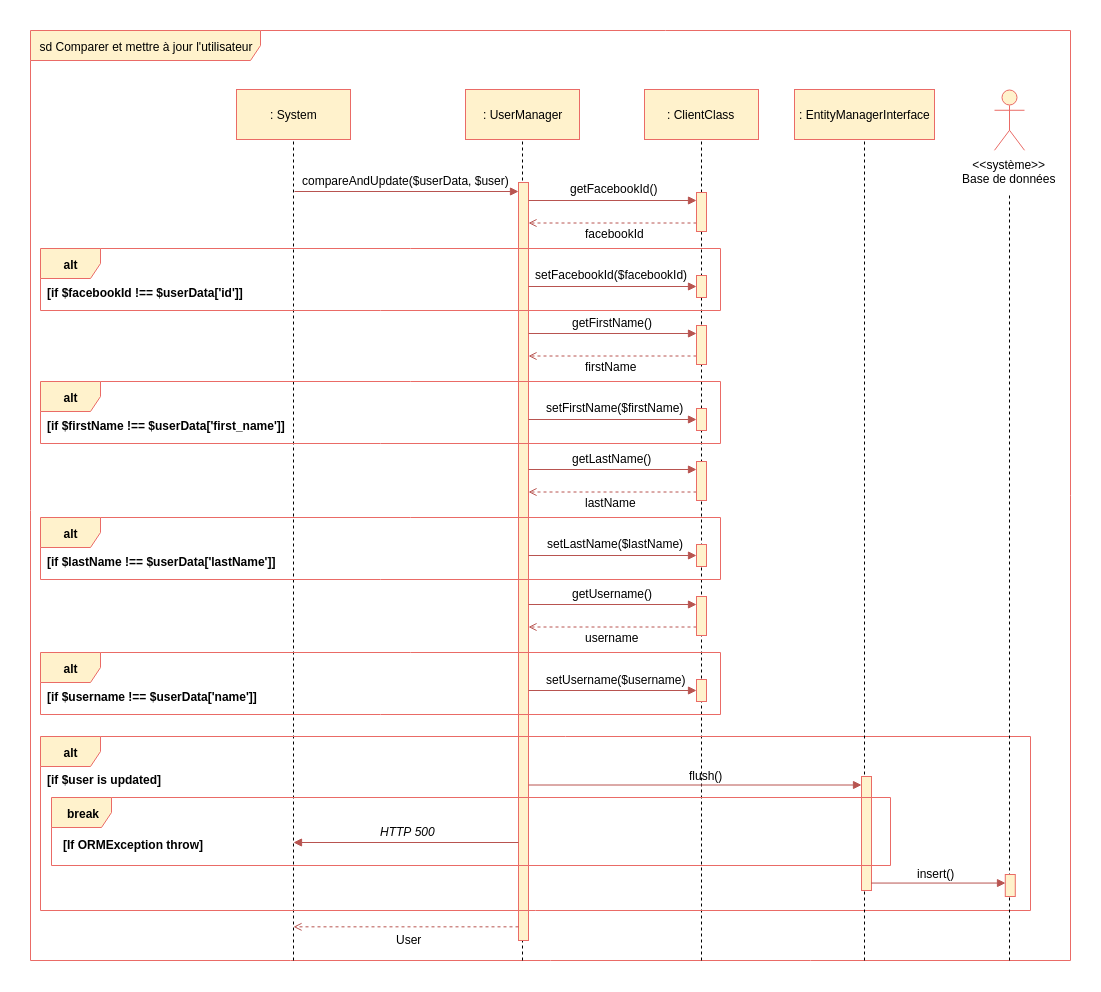
Before: frontend/Diagrammes/Comparer_mettre_a_jour_utilisateur.png, a diagram exported from draw.io (Thibok/Bilemo). Source tidied: cells renumbered, new cells last; positions are measured from the earlier drawing's top-left corner, leaving out a move shared by most shapes. Its diagram source:
```xml
<mxGraphModel background="#ffffff">
  <root>
    <mxCell id="0" />
    <mxCell id="1" parent="0" />
    <mxCell id="2" value="sd Comparer et mettre à jour l'utilisateur&lt;br&gt;" style="shape=umlFrame;whiteSpace=wrap;html=1;width=230;height=30;fillColor=#fff2cc;strokeColor=#EA6B66;" parent="1" vertex="1">
      <mxGeometry width="1040" height="930" as="geometry" />
    </mxCell>
    <mxCell id="3" style="endArrow=none;dashed=1;html=1;entryX=0.5;entryY=1;exitX=0.197;exitY=1.001;exitPerimeter=0;" parent="1" edge="1">
      <mxGeometry relative="1" as="geometry">
        <mxPoint x="492" y="930" as="sourcePoint" />
        <mxPoint x="492" y="105.3" as="targetPoint" />
      </mxGeometry>
    </mxCell>
    <mxCell id="4" style="endArrow=none;dashed=1;html=1;entryX=0.5;entryY=1;" parent="1" edge="1">
      <mxGeometry relative="1" as="geometry">
        <mxPoint x="263" y="930" as="sourcePoint" />
        <mxPoint x="263" y="102" as="targetPoint" />
      </mxGeometry>
    </mxCell>
    <mxCell id="5" value=": UserManager" style="html=1;fillColor=#fff2cc;strokeColor=#EA6B66;" parent="1" vertex="1">
      <mxGeometry x="435" y="59" width="114" height="50" as="geometry" />
    </mxCell>
    <mxCell id="6" style="html=1;perimeter=orthogonalPerimeter;fillColor=#fff2cc;strokeColor=#EA6B66;" parent="1" vertex="1">
      <mxGeometry x="488" y="152" width="10" height="758" as="geometry" />
    </mxCell>
    <mxCell id="7" style="endArrow=block;html=1;endFill=1;fillColor=#f8cecc;strokeColor=#b85450;" parent="1" edge="1">
      <mxGeometry relative="1" as="geometry">
        <mxPoint x="264" y="161" as="sourcePoint" />
        <mxPoint x="488" y="161" as="targetPoint" />
      </mxGeometry>
    </mxCell>
    <mxCell id="8" value=": System" style="html=1;fillColor=#fff2cc;strokeColor=#EA6B66;" parent="1" vertex="1">
      <mxGeometry x="206" y="59" width="114" height="50" as="geometry" />
    </mxCell>
    <mxCell id="9" style="endArrow=none;dashed=1;html=1;entryX=0.5;entryY=1;" parent="1" edge="1">
      <mxGeometry relative="1" as="geometry">
        <mxPoint x="671" y="930" as="sourcePoint" />
        <mxPoint x="671" y="92.8" as="targetPoint" />
      </mxGeometry>
    </mxCell>
    <mxCell id="10" value=": ClientClass" style="html=1;fillColor=#fff2cc;strokeColor=#EA6B66;" parent="1" vertex="1">
      <mxGeometry x="614" y="59" width="114" height="50" as="geometry" />
    </mxCell>
    <mxCell id="11" value="compareAndUpdate($userData, $user)" style="text;html=1;align=left;verticalAlign=top;spacingTop=-4;" parent="1" vertex="1">
      <mxGeometry x="270" y="141" width="220" height="10" as="geometry" />
    </mxCell>
    <mxCell id="12" style="endArrow=open;html=1;endFill=0;fillColor=#f8cecc;strokeColor=#b85450;dashed=1;exitX=0.7;exitY=0.804;exitPerimeter=0;" parent="1" edge="1">
      <mxGeometry relative="1" as="geometry">
        <mxPoint x="666" y="192.5" as="sourcePoint" />
        <mxPoint x="498" y="192.5" as="targetPoint" />
      </mxGeometry>
    </mxCell>
    <mxCell id="13" value="&amp;lt;&amp;lt;système&amp;gt;&amp;gt;&lt;br&gt;Base de données&lt;br&gt;" style="shape=umlActor;verticalLabelPosition=bottom;labelBackgroundColor=#ffffff;verticalAlign=top;html=1;fillColor=#fff2cc;strokeColor=#EA6B66;" parent="1" vertex="1">
      <mxGeometry x="964" y="59.8" width="30" height="60" as="geometry" />
    </mxCell>
    <mxCell id="14" value="&lt;div&gt;&lt;span&gt;getFacebookId()&lt;/span&gt;&lt;/div&gt;" style="text;html=1;align=left;verticalAlign=top;spacingTop=-4;fontStyle=0;" parent="1" vertex="1">
      <mxGeometry x="538" y="149" width="100" height="10" as="geometry" />
    </mxCell>
    <mxCell id="15" style="endArrow=block;html=1;endFill=1;fillColor=#f8cecc;strokeColor=#b85450;" parent="1" edge="1">
      <mxGeometry relative="1" as="geometry">
        <mxPoint x="498" y="170" as="sourcePoint" />
        <mxPoint x="666" y="170" as="targetPoint" />
      </mxGeometry>
    </mxCell>
    <mxCell id="16" style="html=1;perimeter=orthogonalPerimeter;fillColor=#fff2cc;strokeColor=#EA6B66;" parent="1" vertex="1">
      <mxGeometry x="666" y="162" width="10" height="39" as="geometry" />
    </mxCell>
    <mxCell id="17" value="facebookId" style="text;html=1;align=left;verticalAlign=top;spacingTop=-4;" parent="1" vertex="1">
      <mxGeometry x="552.5" y="194" width="70" height="10" as="geometry" />
    </mxCell>
    <mxCell id="18" value="alt" style="shape=umlFrame;whiteSpace=wrap;html=1;fontColor=#000000;fillColor=#fff2cc;strokeColor=#EA6B66;fontStyle=1;" parent="1" vertex="1">
      <mxGeometry x="10" y="218" width="680" height="62" as="geometry" />
    </mxCell>
    <mxCell id="19" value="[if $facebookId !== $userData['id']]" style="text;html=1;align=left;verticalAlign=top;spacingTop=-4;fontStyle=1;" parent="1" vertex="1">
      <mxGeometry x="15" y="253" width="200" height="10" as="geometry" />
    </mxCell>
    <mxCell id="20" value="&lt;div&gt;&lt;span&gt;setFacebookId($facebookId)&lt;/span&gt;&lt;/div&gt;" style="text;html=1;align=left;verticalAlign=top;spacingTop=-4;fontStyle=0;" parent="1" vertex="1">
      <mxGeometry x="503" y="235" width="170" height="10" as="geometry" />
    </mxCell>
    <mxCell id="21" style="endArrow=block;html=1;endFill=1;fillColor=#f8cecc;strokeColor=#b85450;" parent="1" edge="1">
      <mxGeometry relative="1" as="geometry">
        <mxPoint x="498" y="256" as="sourcePoint" />
        <mxPoint x="666" y="256" as="targetPoint" />
      </mxGeometry>
    </mxCell>
    <mxCell id="22" style="html=1;perimeter=orthogonalPerimeter;fillColor=#fff2cc;strokeColor=#EA6B66;" parent="1" vertex="1">
      <mxGeometry x="666" y="245" width="10" height="22" as="geometry" />
    </mxCell>
    <mxCell id="23" style="endArrow=open;html=1;endFill=0;fillColor=#f8cecc;strokeColor=#b85450;dashed=1;exitX=0.7;exitY=0.804;exitPerimeter=0;" parent="1" edge="1">
      <mxGeometry relative="1" as="geometry">
        <mxPoint x="666" y="325.5" as="sourcePoint" />
        <mxPoint x="498" y="325.5" as="targetPoint" />
      </mxGeometry>
    </mxCell>
    <mxCell id="24" value="&lt;div&gt;&lt;span&gt;getFirstName()&lt;/span&gt;&lt;/div&gt;" style="text;html=1;align=left;verticalAlign=top;spacingTop=-4;fontStyle=0;" parent="1" vertex="1">
      <mxGeometry x="540" y="283" width="100" height="10" as="geometry" />
    </mxCell>
    <mxCell id="25" style="endArrow=block;html=1;endFill=1;fillColor=#f8cecc;strokeColor=#b85450;" parent="1" edge="1">
      <mxGeometry relative="1" as="geometry">
        <mxPoint x="498" y="303" as="sourcePoint" />
        <mxPoint x="666" y="303" as="targetPoint" />
      </mxGeometry>
    </mxCell>
    <mxCell id="26" style="html=1;perimeter=orthogonalPerimeter;fillColor=#fff2cc;strokeColor=#EA6B66;" parent="1" vertex="1">
      <mxGeometry x="666" y="295" width="10" height="39" as="geometry" />
    </mxCell>
    <mxCell id="27" value="firstName" style="text;html=1;align=left;verticalAlign=top;spacingTop=-4;" parent="1" vertex="1">
      <mxGeometry x="552.5" y="327" width="70" height="10" as="geometry" />
    </mxCell>
    <mxCell id="28" value="alt" style="shape=umlFrame;whiteSpace=wrap;html=1;fontColor=#000000;fillColor=#fff2cc;strokeColor=#EA6B66;fontStyle=1;" parent="1" vertex="1">
      <mxGeometry x="10" y="351" width="680" height="62" as="geometry" />
    </mxCell>
    <mxCell id="29" value="[if $firstName !== $userData['first_name']]" style="text;html=1;align=left;verticalAlign=top;spacingTop=-4;fontStyle=1;" parent="1" vertex="1">
      <mxGeometry x="15" y="386" width="240" height="10" as="geometry" />
    </mxCell>
    <mxCell id="30" value="&lt;div&gt;&lt;span&gt;setFirstName($firstName)&lt;/span&gt;&lt;/div&gt;" style="text;html=1;align=left;verticalAlign=top;spacingTop=-4;fontStyle=0;" parent="1" vertex="1">
      <mxGeometry x="514" y="368" width="150" height="10" as="geometry" />
    </mxCell>
    <mxCell id="31" style="endArrow=block;html=1;endFill=1;fillColor=#f8cecc;strokeColor=#b85450;" parent="1" edge="1">
      <mxGeometry relative="1" as="geometry">
        <mxPoint x="498" y="389" as="sourcePoint" />
        <mxPoint x="666" y="389" as="targetPoint" />
      </mxGeometry>
    </mxCell>
    <mxCell id="32" style="html=1;perimeter=orthogonalPerimeter;fillColor=#fff2cc;strokeColor=#EA6B66;" parent="1" vertex="1">
      <mxGeometry x="666" y="378" width="10" height="22" as="geometry" />
    </mxCell>
    <mxCell id="33" style="endArrow=open;html=1;endFill=0;fillColor=#f8cecc;strokeColor=#b85450;dashed=1;exitX=0.7;exitY=0.804;exitPerimeter=0;" parent="1" edge="1">
      <mxGeometry relative="1" as="geometry">
        <mxPoint x="666" y="461.5" as="sourcePoint" />
        <mxPoint x="498" y="461.5" as="targetPoint" />
      </mxGeometry>
    </mxCell>
    <mxCell id="34" value="&lt;div&gt;&lt;span&gt;getLastName()&lt;/span&gt;&lt;/div&gt;" style="text;html=1;align=left;verticalAlign=top;spacingTop=-4;fontStyle=0;" parent="1" vertex="1">
      <mxGeometry x="540" y="419" width="90" height="10" as="geometry" />
    </mxCell>
    <mxCell id="35" style="endArrow=block;html=1;endFill=1;fillColor=#f8cecc;strokeColor=#b85450;" parent="1" edge="1">
      <mxGeometry relative="1" as="geometry">
        <mxPoint x="498" y="439" as="sourcePoint" />
        <mxPoint x="666" y="439" as="targetPoint" />
      </mxGeometry>
    </mxCell>
    <mxCell id="36" style="html=1;perimeter=orthogonalPerimeter;fillColor=#fff2cc;strokeColor=#EA6B66;" parent="1" vertex="1">
      <mxGeometry x="666" y="431" width="10" height="39" as="geometry" />
    </mxCell>
    <mxCell id="37" value="lastName" style="text;html=1;align=left;verticalAlign=top;spacingTop=-4;" parent="1" vertex="1">
      <mxGeometry x="552.5" y="463" width="70" height="10" as="geometry" />
    </mxCell>
    <mxCell id="38" value="alt" style="shape=umlFrame;whiteSpace=wrap;html=1;fontColor=#000000;fillColor=#fff2cc;strokeColor=#EA6B66;fontStyle=1;" parent="1" vertex="1">
      <mxGeometry x="10" y="487" width="680" height="62" as="geometry" />
    </mxCell>
    <mxCell id="39" value="[if $lastName !== $userData['lastName']]" style="text;html=1;align=left;verticalAlign=top;spacingTop=-4;fontStyle=1;" parent="1" vertex="1">
      <mxGeometry x="15" y="522" width="230" height="10" as="geometry" />
    </mxCell>
    <mxCell id="40" value="&lt;div&gt;&lt;span&gt;setLastName($lastName)&lt;/span&gt;&lt;/div&gt;" style="text;html=1;align=left;verticalAlign=top;spacingTop=-4;fontStyle=0;" parent="1" vertex="1">
      <mxGeometry x="515" y="504" width="150" height="10" as="geometry" />
    </mxCell>
    <mxCell id="41" style="endArrow=block;html=1;endFill=1;fillColor=#f8cecc;strokeColor=#b85450;" parent="1" edge="1">
      <mxGeometry relative="1" as="geometry">
        <mxPoint x="498" y="525" as="sourcePoint" />
        <mxPoint x="666" y="525" as="targetPoint" />
      </mxGeometry>
    </mxCell>
    <mxCell id="42" style="html=1;perimeter=orthogonalPerimeter;fillColor=#fff2cc;strokeColor=#EA6B66;" parent="1" vertex="1">
      <mxGeometry x="666" y="514" width="10" height="22" as="geometry" />
    </mxCell>
    <mxCell id="43" style="endArrow=open;html=1;endFill=0;fillColor=#f8cecc;strokeColor=#b85450;dashed=1;exitX=0.7;exitY=0.804;exitPerimeter=0;" parent="1" edge="1">
      <mxGeometry relative="1" as="geometry">
        <mxPoint x="666" y="596.5" as="sourcePoint" />
        <mxPoint x="498" y="596.5" as="targetPoint" />
      </mxGeometry>
    </mxCell>
    <mxCell id="44" value="&lt;div&gt;&lt;span&gt;getUsername()&lt;/span&gt;&lt;/div&gt;" style="text;html=1;align=left;verticalAlign=top;spacingTop=-4;fontStyle=0;" parent="1" vertex="1">
      <mxGeometry x="540" y="554" width="100" height="10" as="geometry" />
    </mxCell>
    <mxCell id="45" style="endArrow=block;html=1;endFill=1;fillColor=#f8cecc;strokeColor=#b85450;" parent="1" edge="1">
      <mxGeometry relative="1" as="geometry">
        <mxPoint x="498" y="574" as="sourcePoint" />
        <mxPoint x="666" y="574" as="targetPoint" />
      </mxGeometry>
    </mxCell>
    <mxCell id="46" style="html=1;perimeter=orthogonalPerimeter;fillColor=#fff2cc;strokeColor=#EA6B66;" parent="1" vertex="1">
      <mxGeometry x="666" y="566" width="10" height="39" as="geometry" />
    </mxCell>
    <mxCell id="47" value="username" style="text;html=1;align=left;verticalAlign=top;spacingTop=-4;" parent="1" vertex="1">
      <mxGeometry x="552.5" y="598" width="70" height="10" as="geometry" />
    </mxCell>
    <mxCell id="48" value="alt" style="shape=umlFrame;whiteSpace=wrap;html=1;fontColor=#000000;fillColor=#fff2cc;strokeColor=#EA6B66;fontStyle=1;" parent="1" vertex="1">
      <mxGeometry x="10" y="622" width="680" height="62" as="geometry" />
    </mxCell>
    <mxCell id="49" value="[if $username !== $userData['name']]" style="text;html=1;align=left;verticalAlign=top;spacingTop=-4;fontStyle=1;" parent="1" vertex="1">
      <mxGeometry x="15" y="657" width="210" height="10" as="geometry" />
    </mxCell>
    <mxCell id="50" value="&lt;div&gt;&lt;span&gt;setUsername($username)&lt;/span&gt;&lt;/div&gt;" style="text;html=1;align=left;verticalAlign=top;spacingTop=-4;fontStyle=0;" parent="1" vertex="1">
      <mxGeometry x="514" y="640" width="150" height="10" as="geometry" />
    </mxCell>
    <mxCell id="51" style="endArrow=block;html=1;endFill=1;fillColor=#f8cecc;strokeColor=#b85450;" parent="1" edge="1">
      <mxGeometry relative="1" as="geometry">
        <mxPoint x="498" y="660" as="sourcePoint" />
        <mxPoint x="666" y="660" as="targetPoint" />
      </mxGeometry>
    </mxCell>
    <mxCell id="52" style="html=1;perimeter=orthogonalPerimeter;fillColor=#fff2cc;strokeColor=#EA6B66;" parent="1" vertex="1">
      <mxGeometry x="666" y="649" width="10" height="22" as="geometry" />
    </mxCell>
    <mxCell id="53" value="alt" style="shape=umlFrame;whiteSpace=wrap;html=1;fontColor=#000000;fillColor=#fff2cc;strokeColor=#EA6B66;fontStyle=1;" parent="1" vertex="1">
      <mxGeometry x="10" y="706" width="990" height="174" as="geometry" />
    </mxCell>
    <mxCell id="54" value="[if $user is updated]" style="text;html=1;align=left;verticalAlign=top;spacingTop=-4;fontStyle=1;" parent="1" vertex="1">
      <mxGeometry x="15" y="740" width="120" height="10" as="geometry" />
    </mxCell>
    <mxCell id="55" style="endArrow=none;dashed=1;html=1;entryX=0.5;entryY=1;" parent="1" edge="1">
      <mxGeometry relative="1" as="geometry">
        <mxPoint x="834" y="930" as="sourcePoint" />
        <mxPoint x="834" y="102.8" as="targetPoint" />
      </mxGeometry>
    </mxCell>
    <mxCell id="56" value=": EntityManagerInterface" style="html=1;fillColor=#fff2cc;strokeColor=#EA6B66;" parent="1" vertex="1">
      <mxGeometry x="764" y="59" width="140" height="50" as="geometry" />
    </mxCell>
    <mxCell id="57" style="html=1;perimeter=orthogonalPerimeter;fillColor=#fff2cc;strokeColor=#EA6B66;" parent="1" vertex="1">
      <mxGeometry x="831" y="746" width="10" height="114" as="geometry" />
    </mxCell>
    <mxCell id="58" style="endArrow=block;html=1;endFill=1;fillColor=#f8cecc;strokeColor=#b85450;" parent="1" edge="1">
      <mxGeometry relative="1" as="geometry">
        <mxPoint x="498" y="754.5" as="sourcePoint" />
        <mxPoint x="831" y="754.5" as="targetPoint" />
      </mxGeometry>
    </mxCell>
    <mxCell id="59" value="flush()" style="text;html=1;align=left;verticalAlign=top;spacingTop=-4;" parent="1" vertex="1">
      <mxGeometry x="657" y="736" width="50" height="10" as="geometry" />
    </mxCell>
    <mxCell id="60" value="break" style="shape=umlFrame;whiteSpace=wrap;html=1;fontColor=#000000;fillColor=#fff2cc;strokeColor=#EA6B66;fontStyle=1;" parent="1" vertex="1">
      <mxGeometry x="21" y="767" width="839" height="68" as="geometry" />
    </mxCell>
    <mxCell id="61" style="endArrow=block;html=1;endFill=1;fillColor=#f8cecc;strokeColor=#b85450;" parent="1" edge="1">
      <mxGeometry relative="1" as="geometry">
        <mxPoint x="488" y="812" as="sourcePoint" />
        <mxPoint x="263" y="812" as="targetPoint" />
      </mxGeometry>
    </mxCell>
    <mxCell id="62" value="HTTP 500" style="text;html=1;align=left;verticalAlign=top;spacingTop=-4;fontStyle=2;" parent="1" vertex="1">
      <mxGeometry x="348" y="791.5" width="70" height="20" as="geometry" />
    </mxCell>
    <mxCell id="63" value="[If ORMException throw]" style="text;html=1;align=left;verticalAlign=top;spacingTop=-4;fontStyle=1;" parent="1" vertex="1">
      <mxGeometry x="31" y="804.5" width="150" height="10" as="geometry" />
    </mxCell>
    <mxCell id="64" style="endArrow=none;dashed=1;html=1;entryX=0.5;entryY=1;" parent="1" edge="1">
      <mxGeometry relative="1" as="geometry">
        <mxPoint x="979" y="930" as="sourcePoint" />
        <mxPoint x="979" y="165" as="targetPoint" />
      </mxGeometry>
    </mxCell>
    <mxCell id="65" style="html=1;perimeter=orthogonalPerimeter;fillColor=#fff2cc;strokeColor=#EA6B66;" parent="1" vertex="1">
      <mxGeometry x="974.8" y="844" width="10" height="22" as="geometry" />
    </mxCell>
    <mxCell id="66" style="endArrow=block;html=1;endFill=1;fillColor=#f8cecc;strokeColor=#b85450;" parent="1" edge="1">
      <mxGeometry relative="1" as="geometry">
        <mxPoint x="840.5" y="852.6" as="sourcePoint" />
        <mxPoint x="975" y="852.6" as="targetPoint" />
      </mxGeometry>
    </mxCell>
    <mxCell id="67" value="insert()" style="text;html=1;align=left;verticalAlign=top;spacingTop=-4;" parent="1" vertex="1">
      <mxGeometry x="884.5" y="834" width="50" height="10" as="geometry" />
    </mxCell>
    <mxCell id="68" style="endArrow=open;html=1;endFill=0;fillColor=#f8cecc;strokeColor=#b85450;dashed=1;exitX=0.7;exitY=0.804;exitPerimeter=0;" parent="1" edge="1">
      <mxGeometry relative="1" as="geometry">
        <mxPoint x="488" y="896.3" as="sourcePoint" />
        <mxPoint x="263" y="896.3" as="targetPoint" />
      </mxGeometry>
    </mxCell>
    <mxCell id="69" value="User" style="text;html=1;align=left;verticalAlign=top;spacingTop=-4;" parent="1" vertex="1">
      <mxGeometry x="364" y="900" width="40" height="10" as="geometry" />
    </mxCell>
  </root>
</mxGraphModel>
```
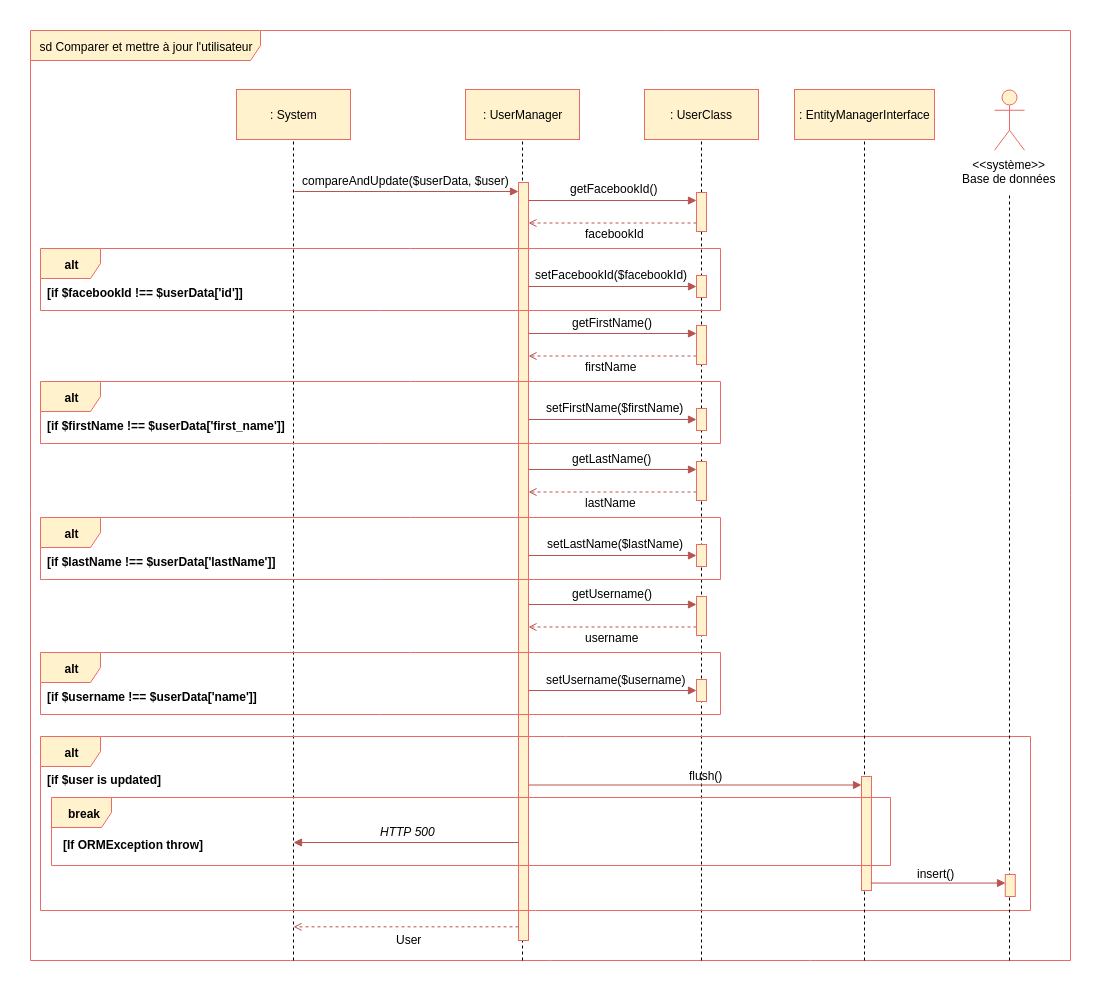
The same diagram one commit later.

What changed in the source:
```diff
@@ -38,7 +38,7 @@
         <mxPoint x="671" y="92.8" as="targetPoint" />
       </mxGeometry>
     </mxCell>
-    <mxCell id="10" value=": ClientClass" style="html=1;fillColor=#fff2cc;strokeColor=#EA6B66;" parent="1" vertex="1">
+    <mxCell id="10" value=": UserClass" style="html=1;fillColor=#fff2cc;strokeColor=#EA6B66;" parent="1" vertex="1">
       <mxGeometry x="614" y="59" width="114" height="50" as="geometry" />
     </mxCell>
     <mxCell id="11" value="compareAndUpdate($userData, $user)" style="text;html=1;align=left;verticalAlign=top;spacingTop=-4;" parent="1" vertex="1">
```
